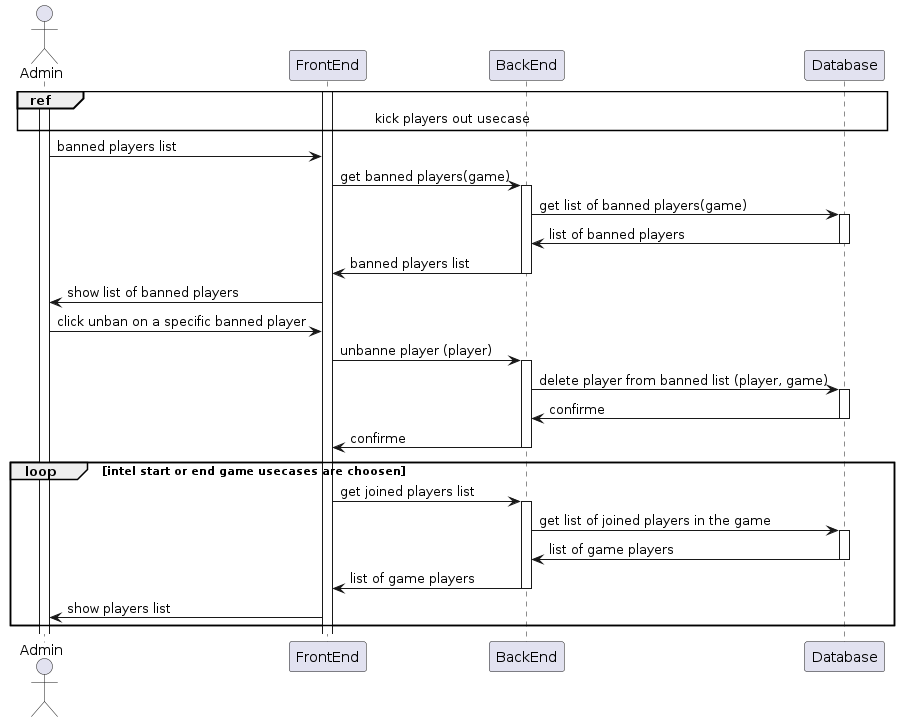
This is thesis_tex/assets/diagrams/unbane_player_detailedSD.png from monoploy-game/thesis, a PlantUML export, as it was before one commit.
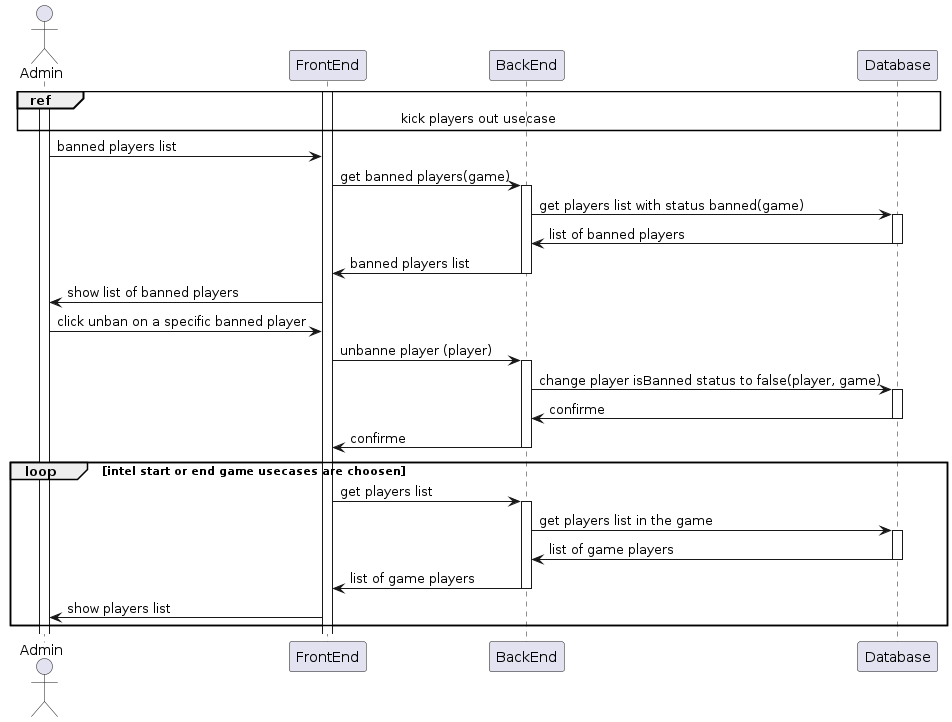
After the change.

Diff of the diagram source:
```diff
@@ -11,7 +11,7 @@
 FrontEnd -> BackEnd : get banned players(game)
 Activate BackEnd
 
-BackEnd -> Database : get list of banned players(game)
+BackEnd -> Database : get players list with status banned(game)
 Activate Database
 
 Database -> BackEnd : list of banned players
@@ -26,7 +26,7 @@
 FrontEnd -> BackEnd : unbanne player (player)
 Activate BackEnd
 
-BackEnd -> Database : delete player from banned list (player, game)
+BackEnd -> Database : change player isBanned status to false(player, game)
 Activate Database
 
 Database -> BackEnd : confirme
@@ -38,10 +38,10 @@
 
 loop intel start or end game usecases are choosen
 
-    FrontEnd -> BackEnd : get joined players list
+    FrontEnd -> BackEnd : get players list
     Activate BackEnd
 
-    BackEnd -> Database : get list of joined players in the game
+    BackEnd -> Database : get players list in the game
     Activate Database
 
     Database -> BackEnd : list of game players
```
